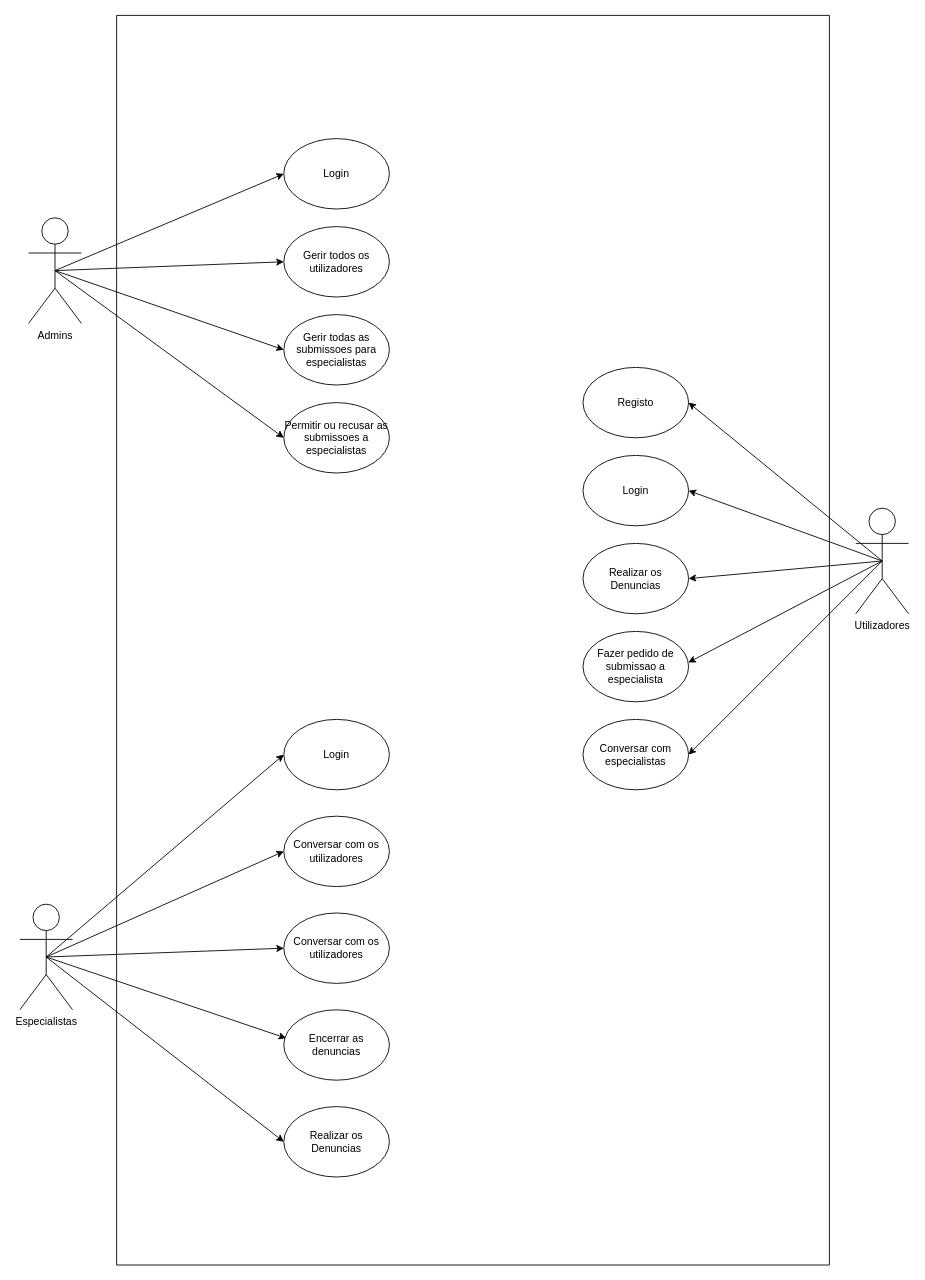
Before: page "Casos de Uso" (1 of 2) of Drawio/Casos_de_Uso.drawio in henriqueolivgp/Plataforma-De-Denuncias-De-Ciberataques, a draw.io diagram. Source tidied: cells renumbered, new cells numbered last; positions are measured from the earlier drawing's top-left corner, leaving out a move shared by most shapes. Both pictures are drawn from the tidied source at 88%, with x=0, y=0 at pixel (19, 15).
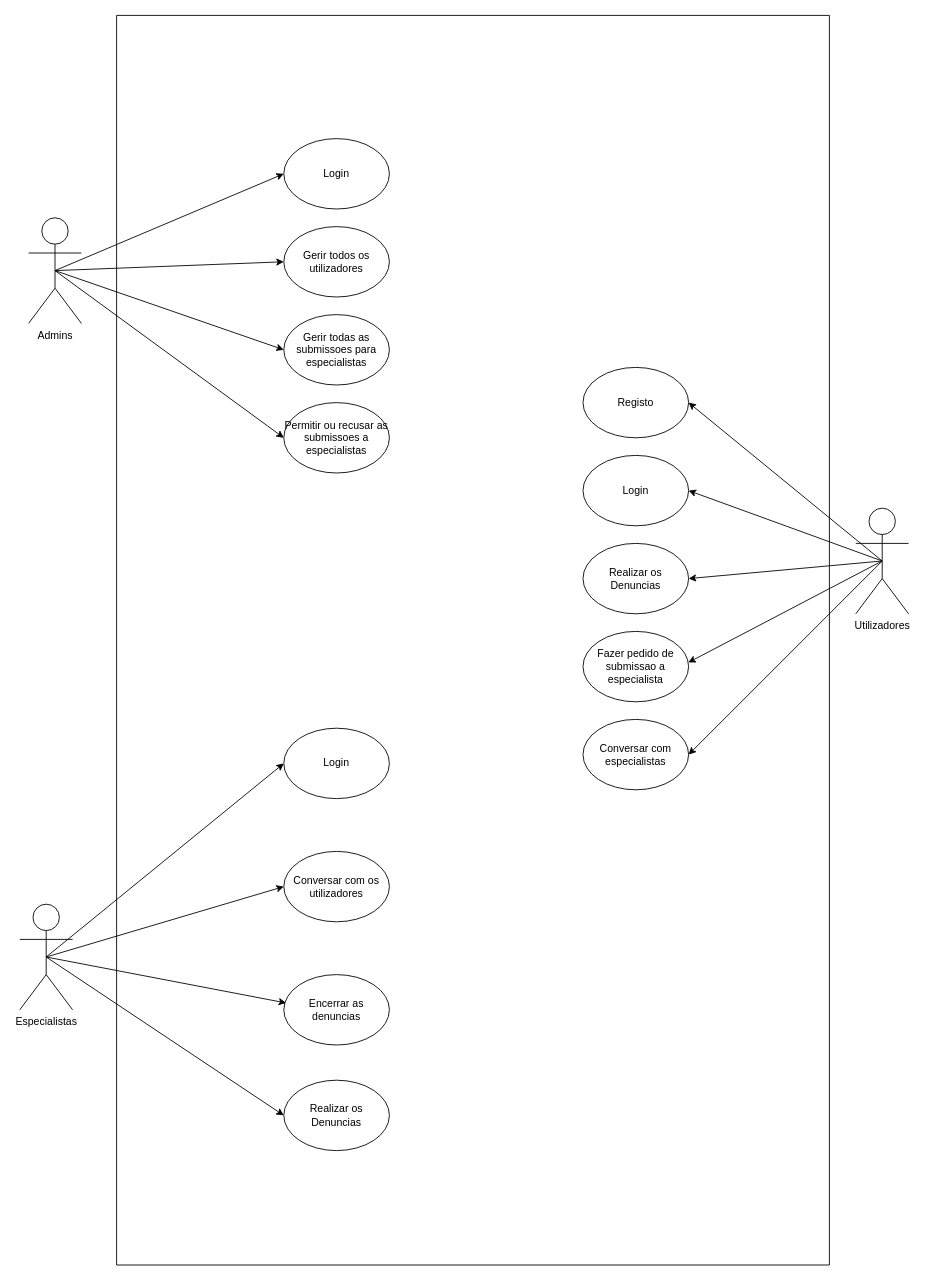
Above is the later version.

The change refers to these unchanged cells:
```xml
<mxCell id="2" style="swimlane;startSize=0;" parent="1" vertex="1">
  <mxGeometry x="110" width="810" height="1420" as="geometry" />
</mxCell>
<mxCell id="19" value="Especialistas" style="shape=umlActor;verticalLabelPosition=bottom;verticalAlign=top;html=1;outlineConnect=0;" parent="1" vertex="1">
  <mxGeometry y="1010" width="60" height="120" as="geometry" />
</mxCell>
```

Change to the diagram source:
```diff
@@
     <mxCell id="12" value="Login" style="ellipse;whiteSpace=wrap;html=1;" parent="2" vertex="1">
-      <mxGeometry x="190" y="800" width="120" height="80" as="geometry" />
+      <mxGeometry x="190" y="810" width="120" height="80" as="geometry" />
     </mxCell>
     <mxCell id="13" value="Conversar com os utilizadores" style="ellipse;whiteSpace=wrap;html=1;" parent="2" vertex="1">
-      <mxGeometry x="190" y="910" width="120" height="80" as="geometry" />
+      <mxGeometry x="190" y="950" width="120" height="80" as="geometry" />
     </mxCell>
-    <mxCell id="14" value="Conversar com os utilizadores" style="ellipse;whiteSpace=wrap;html=1;" parent="2" vertex="1">
-      <mxGeometry x="190" y="1020" width="120" height="80" as="geometry" />
-    </mxCell>
     <mxCell id="15" value="Encerrar as denuncias" style="ellipse;whiteSpace=wrap;html=1;" parent="2" vertex="1">
-      <mxGeometry x="190" y="1130" width="120" height="80" as="geometry" />
+      <mxGeometry x="190" y="1090" width="120" height="80" as="geometry" />
     </mxCell>
     <mxCell id="16" value="Realizar os Denuncias" style="ellipse;whiteSpace=wrap;html=1;" parent="2" vertex="1">
-      <mxGeometry x="190" y="1240" width="120" height="80" as="geometry" />
+      <mxGeometry x="190" y="1210" width="120" height="80" as="geometry" />
     </mxCell>
@@
-    <mxCell id="31" style="endArrow=classic;html=1;rounded=0;exitX=0.5;exitY=0.5;exitDx=0;exitDy=0;exitPerimeter=0;entryX=0;entryY=0.5;entryDx=0;entryDy=0;" parent="1" edge="1" source="19" target="14">
-      <mxGeometry relative="1" as="geometry" />
-    </mxCell>
```
